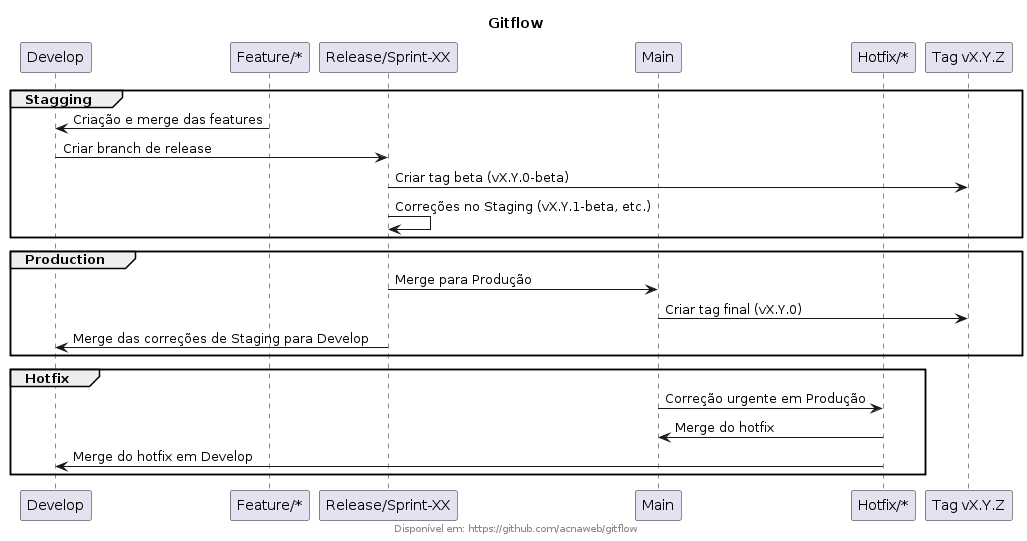
Before: out/docs/diagrams/image.png, a diagram exported from PlantUML (acnaweb/gitflow). Source of this version:
```plantuml
@startuml image

title Gitflow
footer Disponível em: https://github.com/acnaweb/gitflow

participant "Develop" as Dev
participant "Feature/*" as Feature
participant "Release/Sprint-XX" as Release
participant "Main" as Main
participant "Hotfix/*" as Hotfix
participant "Tag vX.Y.Z" as Tag

group Stagging
    Feature -> Dev: Criação e merge das features
    Dev -> Release: Criar branch de release
    Release -> Tag: Criar tag beta (vX.Y.0-beta)
    Release -> Release: Correções no Staging (vX.Y.1-beta, etc.)
end

group Production
    Release -> Main: Merge para Produção
    Main -> Tag: Criar tag final (vX.Y.0)
    Release -> Dev: Merge das correções de Staging para Develop
end

group Hotfix
    Main -> Hotfix: Correção urgente em Produção
    Hotfix -> Main: Merge do hotfix
    Hotfix -> Dev: Merge do hotfix em Develop
end



@enduml
```
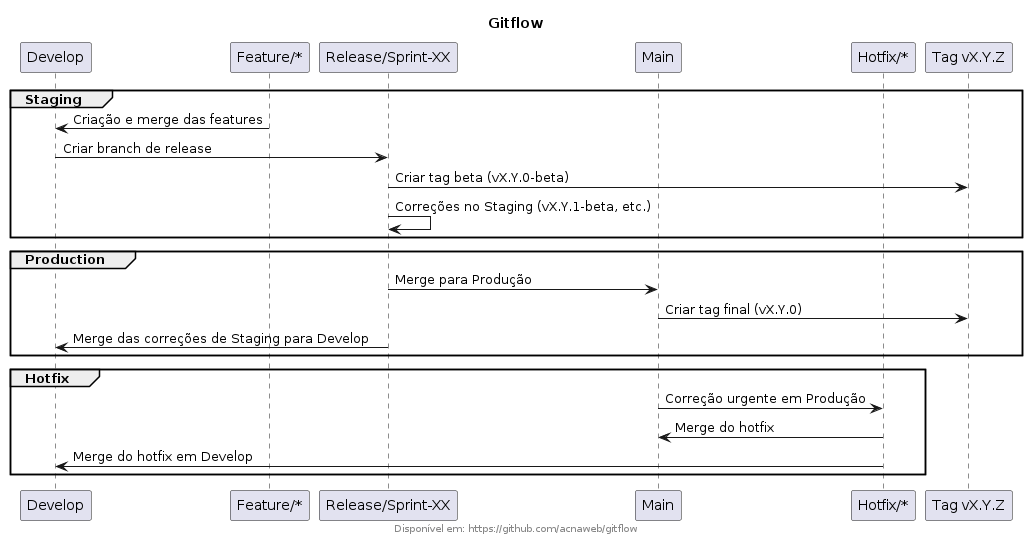
Later version of the same file.

The edit, as a diff of the source:
```diff
@@ -10,7 +10,7 @@
 participant "Hotfix/*" as Hotfix
 participant "Tag vX.Y.Z" as Tag
 
-group Stagging
+group Staging
     Feature -> Dev: Criação e merge das features
     Dev -> Release: Criar branch de release
     Release -> Tag: Criar tag beta (vX.Y.0-beta)
```
